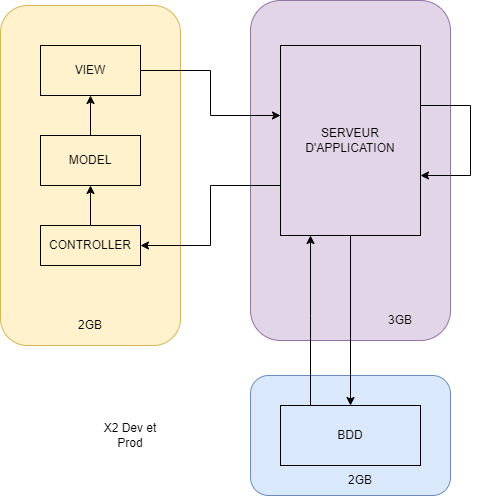
This is img/Dynamique V1.drawio.png from bellat-tristan/ASI---WebDynamique---Microservices, a draw.io export, as it was before one commit. Source tidied: cells renumbered, new cells last; positions are measured from the earlier drawing's top-left corner, leaving out a move shared by most shapes. Its diagram source:
```xml
<mxGraphModel>
  <root>
    <mxCell id="0" />
    <mxCell id="1" parent="0" />
    <mxCell id="2" style="rounded=1;whiteSpace=wrap;html=1;fillColor=#fff2cc;strokeColor=#d6b656;" parent="1" vertex="1">
      <mxGeometry y="5" width="180" height="340" as="geometry" />
    </mxCell>
    <mxCell id="3" value="VIEW" style="rounded=0;whiteSpace=wrap;html=1;fillColor=none;" parent="1" vertex="1">
      <mxGeometry x="40" y="45" width="100" height="50" as="geometry" />
    </mxCell>
    <mxCell id="4" style="edgeStyle=orthogonalEdgeStyle;rounded=0;jettySize=auto;html=1;entryX=0.5;entryY=1;entryDx=0;entryDy=0;" parent="1" edge="1" source="5" target="8">
      <mxGeometry relative="1" as="geometry" />
    </mxCell>
    <mxCell id="5" value="CONTROLLER" style="rounded=0;whiteSpace=wrap;html=1;fillColor=none;" parent="1" vertex="1">
      <mxGeometry x="40" y="225" width="100" height="40" as="geometry" />
    </mxCell>
    <mxCell id="6" value="2GB" style="text;html=1;align=center;verticalAlign=middle;whiteSpace=wrap;rounded=0;" parent="1" vertex="1">
      <mxGeometry x="60" y="310" width="60" height="30" as="geometry" />
    </mxCell>
    <mxCell id="7" style="edgeStyle=orthogonalEdgeStyle;rounded=0;jettySize=auto;html=1;entryX=0.5;entryY=1;entryDx=0;entryDy=0;" parent="1" edge="1" source="8" target="3">
      <mxGeometry relative="1" as="geometry" />
    </mxCell>
    <mxCell id="8" value="MODEL" style="rounded=0;whiteSpace=wrap;html=1;fillColor=none;" parent="1" vertex="1">
      <mxGeometry x="40" y="135" width="100" height="50" as="geometry" />
    </mxCell>
    <mxCell id="9" style="rounded=1;whiteSpace=wrap;html=1;fillColor=#e1d5e7;strokeColor=#9673a6;" parent="1" vertex="1">
      <mxGeometry x="250" width="200" height="340" as="geometry" />
    </mxCell>
    <mxCell id="10" style="rounded=1;whiteSpace=wrap;html=1;fillColor=#dae8fc;strokeColor=#6c8ebf;" parent="1" vertex="1">
      <mxGeometry x="250" y="375" width="200" height="120" as="geometry" />
    </mxCell>
    <mxCell id="11" style="edgeStyle=orthogonalEdgeStyle;rounded=0;jettySize=auto;html=1;entryX=0.5;entryY=0;entryDx=0;entryDy=0;" parent="1" edge="1" source="13" target="15">
      <mxGeometry relative="1" as="geometry" />
    </mxCell>
    <mxCell id="12" style="edgeStyle=orthogonalEdgeStyle;rounded=0;jettySize=auto;html=1;entryX=1;entryY=0.5;entryDx=0;entryDy=0;" parent="1" edge="1" source="13" target="5">
      <mxGeometry relative="1" as="geometry">
        <Array as="points">
          <mxPoint x="210" y="185" />
          <mxPoint x="210" y="245" />
        </Array>
      </mxGeometry>
    </mxCell>
    <mxCell id="13" value="SERVEUR D'APPLICATION" style="rounded=0;whiteSpace=wrap;html=1;fillColor=none;" parent="1" vertex="1">
      <mxGeometry x="280" y="45" width="140" height="190" as="geometry" />
    </mxCell>
    <mxCell id="14" style="edgeStyle=orthogonalEdgeStyle;rounded=0;jettySize=auto;html=1;" parent="1" edge="1" source="15" target="13">
      <mxGeometry relative="1" as="geometry">
        <Array as="points">
          <mxPoint x="310" y="315" />
          <mxPoint x="310" y="315" />
        </Array>
      </mxGeometry>
    </mxCell>
    <mxCell id="15" value="BDD" style="rounded=0;whiteSpace=wrap;html=1;fillColor=none;" parent="1" vertex="1">
      <mxGeometry x="280" y="405" width="140" height="60" as="geometry" />
    </mxCell>
    <mxCell id="16" style="edgeStyle=orthogonalEdgeStyle;rounded=0;orthogonalLoop=1;jettySize=auto;html=1;" parent="1" edge="1" source="13" target="13">
      <mxGeometry relative="1" as="geometry">
        <Array as="points">
          <mxPoint x="470" y="175" />
        </Array>
      </mxGeometry>
    </mxCell>
    <mxCell id="17" style="edgeStyle=orthogonalEdgeStyle;rounded=0;jettySize=auto;html=1;" parent="1" edge="1" source="3" target="13">
      <mxGeometry relative="1" as="geometry">
        <Array as="points">
          <mxPoint x="210" y="70" />
          <mxPoint x="210" y="115" />
        </Array>
      </mxGeometry>
    </mxCell>
    <mxCell id="18" value="X2 Dev et Prod" style="text;html=1;align=center;verticalAlign=middle;whiteSpace=wrap;rounded=0;" parent="1" vertex="1">
      <mxGeometry x="100" y="420" width="60" height="30" as="geometry" />
    </mxCell>
    <mxCell id="19" value="2GB" style="text;html=1;align=center;verticalAlign=middle;whiteSpace=wrap;rounded=0;" parent="1" vertex="1">
      <mxGeometry x="330" y="465" width="60" height="30" as="geometry" />
    </mxCell>
    <mxCell id="20" value="3GB" style="text;html=1;align=center;verticalAlign=middle;whiteSpace=wrap;rounded=0;" parent="1" vertex="1">
      <mxGeometry x="370" y="305" width="60" height="30" as="geometry" />
    </mxCell>
  </root>
</mxGraphModel>
```
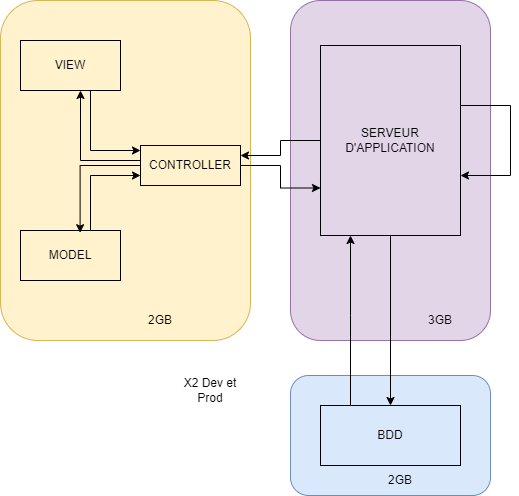
Later version of the same file.

Change to the diagram source:
```diff
@@ -2,27 +2,6 @@
   <root>
     <mxCell id="0" />
     <mxCell id="1" parent="0" />
-    <mxCell id="2" style="rounded=1;whiteSpace=wrap;html=1;fillColor=#fff2cc;strokeColor=#d6b656;" parent="1" vertex="1">
-      <mxGeometry y="5" width="180" height="340" as="geometry" />
-    </mxCell>
-    <mxCell id="3" value="VIEW" style="rounded=0;whiteSpace=wrap;html=1;fillColor=none;" parent="1" vertex="1">
-      <mxGeometry x="40" y="45" width="100" height="50" as="geometry" />
-    </mxCell>
-    <mxCell id="4" style="edgeStyle=orthogonalEdgeStyle;rounded=0;jettySize=auto;html=1;entryX=0.5;entryY=1;entryDx=0;entryDy=0;" parent="1" edge="1" source="5" target="8">
-      <mxGeometry relative="1" as="geometry" />
-    </mxCell>
-    <mxCell id="5" value="CONTROLLER" style="rounded=0;whiteSpace=wrap;html=1;fillColor=none;" parent="1" vertex="1">
-      <mxGeometry x="40" y="225" width="100" height="40" as="geometry" />
-    </mxCell>
-    <mxCell id="6" value="2GB" style="text;html=1;align=center;verticalAlign=middle;whiteSpace=wrap;rounded=0;" parent="1" vertex="1">
-      <mxGeometry x="60" y="310" width="60" height="30" as="geometry" />
-    </mxCell>
-    <mxCell id="7" style="edgeStyle=orthogonalEdgeStyle;rounded=0;jettySize=auto;html=1;entryX=0.5;entryY=1;entryDx=0;entryDy=0;" parent="1" edge="1" source="8" target="3">
-      <mxGeometry relative="1" as="geometry" />
-    </mxCell>
-    <mxCell id="8" value="MODEL" style="rounded=0;whiteSpace=wrap;html=1;fillColor=none;" parent="1" vertex="1">
-      <mxGeometry x="40" y="135" width="100" height="50" as="geometry" />
-    </mxCell>
     <mxCell id="9" style="rounded=1;whiteSpace=wrap;html=1;fillColor=#e1d5e7;strokeColor=#9673a6;" parent="1" vertex="1">
       <mxGeometry x="250" width="200" height="340" as="geometry" />
     </mxCell>
@@ -32,14 +11,6 @@
     <mxCell id="11" style="edgeStyle=orthogonalEdgeStyle;rounded=0;jettySize=auto;html=1;entryX=0.5;entryY=0;entryDx=0;entryDy=0;" parent="1" edge="1" source="13" target="15">
       <mxGeometry relative="1" as="geometry" />
     </mxCell>
-    <mxCell id="12" style="edgeStyle=orthogonalEdgeStyle;rounded=0;jettySize=auto;html=1;entryX=1;entryY=0.5;entryDx=0;entryDy=0;" parent="1" edge="1" source="13" target="5">
-      <mxGeometry relative="1" as="geometry">
-        <Array as="points">
-          <mxPoint x="210" y="185" />
-          <mxPoint x="210" y="245" />
-        </Array>
-      </mxGeometry>
-    </mxCell>
     <mxCell id="13" value="SERVEUR D'APPLICATION" style="rounded=0;whiteSpace=wrap;html=1;fillColor=none;" parent="1" vertex="1">
       <mxGeometry x="280" y="45" width="140" height="190" as="geometry" />
     </mxCell>
@@ -61,16 +32,8 @@
         </Array>
       </mxGeometry>
     </mxCell>
-    <mxCell id="17" style="edgeStyle=orthogonalEdgeStyle;rounded=0;jettySize=auto;html=1;" parent="1" edge="1" source="3" target="13">
-      <mxGeometry relative="1" as="geometry">
-        <Array as="points">
-          <mxPoint x="210" y="70" />
-          <mxPoint x="210" y="115" />
-        </Array>
-      </mxGeometry>
-    </mxCell>
     <mxCell id="18" value="X2 Dev et Prod" style="text;html=1;align=center;verticalAlign=middle;whiteSpace=wrap;rounded=0;" parent="1" vertex="1">
-      <mxGeometry x="100" y="420" width="60" height="30" as="geometry" />
+      <mxGeometry x="140" y="375" width="60" height="30" as="geometry" />
     </mxCell>
     <mxCell id="19" value="2GB" style="text;html=1;align=center;verticalAlign=middle;whiteSpace=wrap;rounded=0;" parent="1" vertex="1">
       <mxGeometry x="330" y="465" width="60" height="30" as="geometry" />
@@ -78,5 +41,50 @@
     <mxCell id="20" value="3GB" style="text;html=1;align=center;verticalAlign=middle;whiteSpace=wrap;rounded=0;" parent="1" vertex="1">
       <mxGeometry x="370" y="305" width="60" height="30" as="geometry" />
     </mxCell>
+    <mxCell id="21" style="rounded=1;whiteSpace=wrap;html=1;fillColor=#fff2cc;strokeColor=#d6b656;" parent="1" vertex="1">
+      <mxGeometry x="-40" width="250" height="340" as="geometry" />
+    </mxCell>
+    <mxCell id="22" style="edgeStyle=orthogonalEdgeStyle;rounded=0;jettySize=auto;html=1;" parent="1" edge="1" source="3" target="5">
+      <mxGeometry relative="1" as="geometry">
+        <Array as="points">
+          <mxPoint x="50" y="150" />
+        </Array>
+      </mxGeometry>
+    </mxCell>
+    <mxCell id="3" value="VIEW" style="rounded=0;whiteSpace=wrap;html=1;fillColor=none;" parent="1" vertex="1">
+      <mxGeometry x="-20" y="40" width="100" height="50" as="geometry" />
+    </mxCell>
+    <mxCell id="23" style="edgeStyle=orthogonalEdgeStyle;rounded=0;jettySize=auto;html=1;" parent="1" edge="1" source="5" target="3">
+      <mxGeometry relative="1" as="geometry">
+        <Array as="points">
+          <mxPoint x="40" y="160" />
+        </Array>
+      </mxGeometry>
+    </mxCell>
+    <mxCell id="24" style="edgeStyle=orthogonalEdgeStyle;rounded=0;jettySize=auto;html=1;entryX=0;entryY=0.75;entryDx=0;entryDy=0;" parent="1" edge="1" source="5" target="13">
+      <mxGeometry relative="1" as="geometry" />
+    </mxCell>
+    <mxCell id="5" value="CONTROLLER" style="rounded=0;whiteSpace=wrap;html=1;fillColor=none;" parent="1" vertex="1">
+      <mxGeometry x="100" y="145" width="100" height="40" as="geometry" />
+    </mxCell>
+    <mxCell id="6" value="2GB" style="text;html=1;align=center;verticalAlign=middle;whiteSpace=wrap;rounded=0;" parent="1" vertex="1">
+      <mxGeometry x="90" y="305" width="60" height="30" as="geometry" />
+    </mxCell>
+    <mxCell id="25" style="edgeStyle=orthogonalEdgeStyle;rounded=0;jettySize=auto;html=1;entryX=0;entryY=0.75;entryDx=0;entryDy=0;" parent="1" edge="1" source="8" target="5">
+      <mxGeometry relative="1" as="geometry">
+        <Array as="points">
+          <mxPoint x="50" y="175" />
+        </Array>
+      </mxGeometry>
+    </mxCell>
+    <mxCell id="8" value="MODEL" style="rounded=0;whiteSpace=wrap;html=1;fillColor=none;" parent="1" vertex="1">
+      <mxGeometry x="-20" y="230" width="100" height="50" as="geometry" />
+    </mxCell>
+    <mxCell id="4" style="edgeStyle=orthogonalEdgeStyle;rounded=0;jettySize=auto;html=1;entryX=0.596;entryY=0.044;entryDx=0;entryDy=0;entryPerimeter=0;" parent="1" edge="1" source="5" target="8">
+      <mxGeometry relative="1" as="geometry" />
+    </mxCell>
+    <mxCell id="12" style="edgeStyle=orthogonalEdgeStyle;rounded=0;jettySize=auto;html=1;entryX=1;entryY=0.25;entryDx=0;entryDy=0;" parent="1" edge="1" source="13" target="5">
+      <mxGeometry relative="1" as="geometry" />
+    </mxCell>
   </root>
 </mxGraphModel>
```
